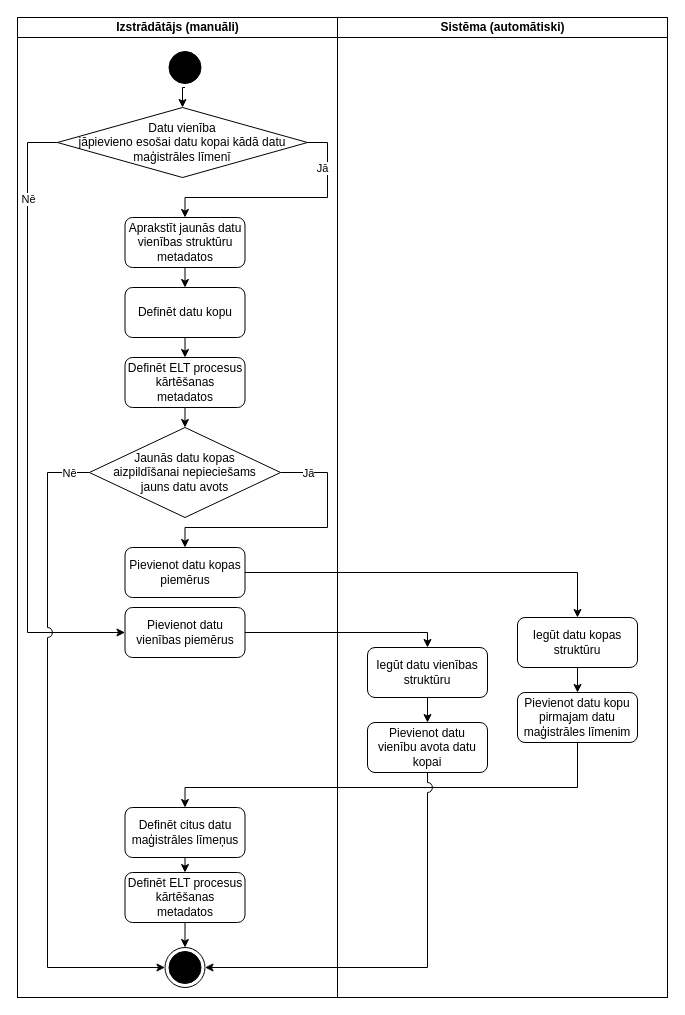
The draw.io diagram page "di_addition" (4 of 6) of schema/scenario/dhl_deletion.drawio in lllauma/heterogeneous-data-integration, before the edit. Source tidied: cells renumbered, new cells numbered last; positions are measured from the earlier drawing's top-left corner, leaving out a move shared by most shapes. Both pictures are drawn from the tidied source at 100%, with x=0, y=0 at pixel (17, 17).
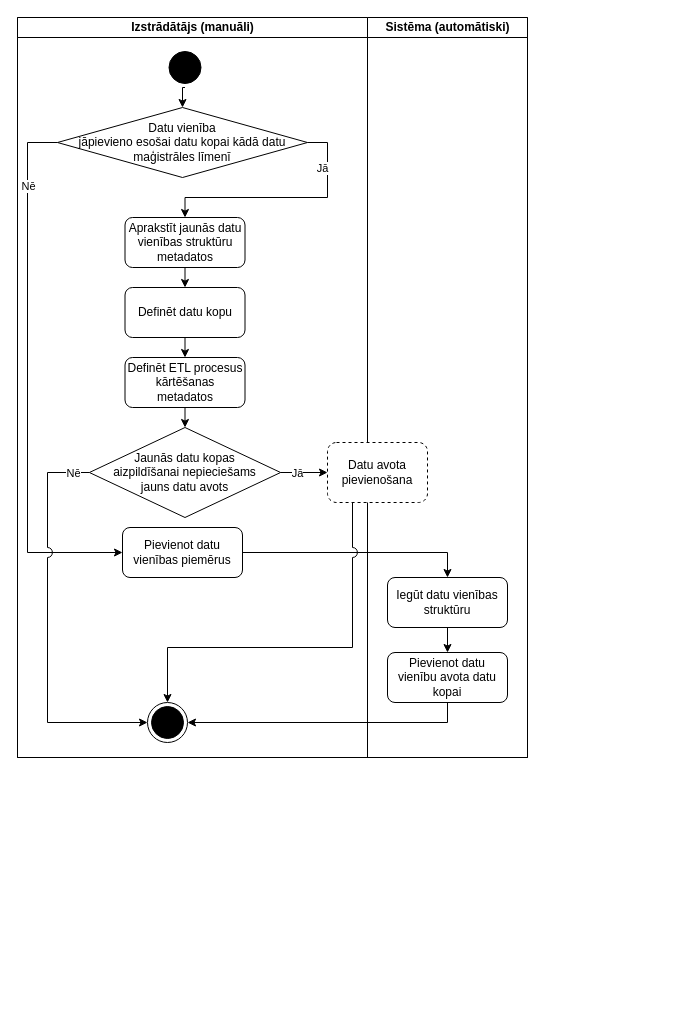
Above is the later version.

Unchanged cells that the change refers to:
```xml
<mxCell id="13" value="Datu vienība &lt;br&gt;jāpievieno esošai datu kopai kādā datu maģistrāles līmenī" style="rhombus;whiteSpace=wrap;html=1;strokeColor=#000000;" parent="3" vertex="1">
  <mxGeometry x="40" y="90" width="250" height="70" as="geometry" />
</mxCell>
<mxCell id="20" value="Jaunās datu kopas&lt;br&gt;aizpildīšanai nepieciešams&lt;br&gt;jauns datu avots" style="rhombus;whiteSpace=wrap;html=1;strokeColor=#000000;" parent="3" vertex="1">
  <mxGeometry x="71.9" y="410" width="191.2" height="90" as="geometry" />
</mxCell>
```

The edit, as a diff of the source:
```diff
@@
     <mxCell id="2" style="swimlane;html=1;startSize=0;rounded=0;shadow=0;comic=0;labelBackgroundColor=none;strokeWidth=1;fontFamily=Verdana;fontSize=12;align=center;" parent="1" vertex="1">
-      <mxGeometry width="650" height="980" as="geometry" />
+      <mxGeometry width="510" height="740" as="geometry" />
     </mxCell>
+    <mxCell id="29" style="edgeStyle=orthogonalEdgeStyle;rounded=0;jumpStyle=arc;jumpSize=10;jettySize=auto;html=1;exitX=1;exitY=0.5;exitDx=0;exitDy=0;entryX=0.5;entryY=0;entryDx=0;entryDy=0;endArrow=classic;endFill=1;endSize=6;strokeColor=#000000;" parent="2" edge="1" source="22" target="35">
+      <mxGeometry relative="1" as="geometry">
+        <Array as="points">
+          <mxPoint x="430" y="535" />
+        </Array>
+      </mxGeometry>
+    </mxCell>
     <mxCell id="3" value="Izstrādātājs (manuāli)" style="swimlane;html=1;startSize=20;" parent="2" vertex="1">
-      <mxGeometry width="320" height="980" as="geometry" />
+      <mxGeometry width="350" height="740" as="geometry" />
     </mxCell>
     <mxCell id="4" style="edgeStyle=orthogonalEdgeStyle;rounded=0;jettySize=auto;html=1;exitX=0;exitY=0.5;exitDx=0;exitDy=0;endArrow=classic;endFill=1;endSize=6;strokeColor=#000000;entryX=0;entryY=0.5;entryDx=0;entryDy=0;" parent="3" edge="1" source="13" target="22">
       <mxGeometry relative="1" as="geometry">
         <Array as="points">
           <mxPoint x="10" y="125" />
-          <mxPoint x="10" y="615" />
+          <mxPoint x="10" y="535" />
         </Array>
       </mxGeometry>
     </mxCell>
@@
+    <mxCell id="27" style="ellipse;html=1;shape=endState;fillColor=#000000;strokeColor=#000000;" parent="3" vertex="1">
+      <mxGeometry x="130" y="685" width="40" height="40" as="geometry" />
+    </mxCell>
+    <mxCell id="22" value="Pievienot datu vienības piemērus" style="rounded=1;whiteSpace=wrap;html=1;strokeColor=#000000;" parent="3" vertex="1">
+      <mxGeometry x="105" y="510" width="120" height="50" as="geometry" />
+    </mxCell>
@@
-    <mxCell id="14" style="edgeStyle=orthogonalEdgeStyle;rounded=0;jumpStyle=arc;jumpSize=10;jettySize=auto;html=1;exitX=1;exitY=0.5;exitDx=0;exitDy=0;entryX=0.5;entryY=0;entryDx=0;entryDy=0;endArrow=classic;endFill=1;endSize=6;strokeColor=#000000;" parent="3" edge="1" source="20" target="21">
-      <mxGeometry relative="1" as="geometry">
-        <Array as="points">
-          <mxPoint x="310" y="455" />
-          <mxPoint x="310" y="510" />
-          <mxPoint x="168" y="510" />
-        </Array>
-      </mxGeometry>
-    </mxCell>
-    <mxCell id="15" value="Jā" style="edgeLabel;html=1;align=center;verticalAlign=middle;" parent="14" vertex="1">
-      <mxGeometry x="-0.9" y="-1" relative="1" as="geometry">
-        <mxPoint x="13.9" y="-1" as="offset" />
-      </mxGeometry>
-    </mxCell>
     <mxCell id="16" style="edgeStyle=orthogonalEdgeStyle;rounded=0;jumpStyle=arc;jumpSize=10;jettySize=auto;html=1;exitX=0;exitY=0.5;exitDx=0;exitDy=0;entryX=0;entryY=0.5;entryDx=0;entryDy=0;endArrow=classic;endFill=1;endSize=6;strokeColor=#000000;" parent="3" edge="1" source="20" target="27">
       <mxGeometry relative="1" as="geometry">
         <Array as="points">
           <mxPoint x="30" y="455" />
-          <mxPoint x="30" y="950" />
+          <mxPoint x="30" y="705" />
         </Array>
       </mxGeometry>
     </mxCell>
@@
-    <mxCell id="19" value="Definēt ELT procesus kārtēšanas metadatos" style="rounded=1;whiteSpace=wrap;html=1;strokeColor=#000000;" parent="3" vertex="1">
+    <mxCell id="19" value="Definēt ETL procesus kārtēšanas metadatos" style="rounded=1;whiteSpace=wrap;html=1;strokeColor=#000000;" parent="3" vertex="1">
       <mxGeometry x="107.5" y="340" width="120" height="50" as="geometry" />
     </mxCell>
@@
-    <mxCell id="21" value="Pievienot datu kopas piemērus" style="rounded=1;whiteSpace=wrap;html=1;strokeColor=#000000;" parent="3" vertex="1">
-      <mxGeometry x="107.5" y="530" width="120" height="50" as="geometry" />
-    </mxCell>
-    <mxCell id="22" value="Pievienot datu vienības piemērus" style="rounded=1;whiteSpace=wrap;html=1;strokeColor=#000000;" parent="3" vertex="1">
-      <mxGeometry x="107.5" y="590" width="120" height="50" as="geometry" />
-    </mxCell>
-    <mxCell id="23" style="edgeStyle=orthogonalEdgeStyle;rounded=0;jumpStyle=arc;jumpSize=10;jettySize=auto;html=1;exitX=0.5;exitY=1;exitDx=0;exitDy=0;entryX=0.5;entryY=0;entryDx=0;entryDy=0;endArrow=classic;endFill=1;endSize=6;strokeColor=#000000;" parent="3" edge="1" source="25">
-      <mxGeometry relative="1" as="geometry">
-        <mxPoint x="167.5" y="930" as="targetPoint" />
-      </mxGeometry>
-    </mxCell>
-    <mxCell id="24" style="edgeStyle=orthogonalEdgeStyle;rounded=0;jumpStyle=arc;jumpSize=10;jettySize=auto;html=1;exitX=0.5;exitY=1;exitDx=0;exitDy=0;entryX=0.5;entryY=0;entryDx=0;entryDy=0;endArrow=classic;endFill=1;endSize=6;strokeColor=#000000;" parent="3" edge="1" source="26" target="25">
-      <mxGeometry relative="1" as="geometry" />
-    </mxCell>
-    <mxCell id="25" value="Definēt ELT procesus kārtēšanas metadatos" style="rounded=1;whiteSpace=wrap;html=1;strokeColor=#000000;" parent="3" vertex="1">
-      <mxGeometry x="107.5" y="855" width="120" height="50" as="geometry" />
-    </mxCell>
-    <mxCell id="26" value="Definēt citus datu maģistrāles līmeņus" style="rounded=1;whiteSpace=wrap;html=1;strokeColor=#000000;" parent="3" vertex="1">
-      <mxGeometry x="107.5" y="790" width="120" height="50" as="geometry" />
-    </mxCell>
-    <mxCell id="27" style="ellipse;html=1;shape=endState;fillColor=#000000;strokeColor=#000000;" parent="3" vertex="1">
-      <mxGeometry x="147.5" y="930" width="40" height="40" as="geometry" />
-    </mxCell>
@@
-    <mxCell id="29" style="edgeStyle=orthogonalEdgeStyle;rounded=0;jumpStyle=arc;jumpSize=10;jettySize=auto;html=1;exitX=1;exitY=0.5;exitDx=0;exitDy=0;entryX=0.5;entryY=0;entryDx=0;entryDy=0;endArrow=classic;endFill=1;endSize=6;strokeColor=#000000;" parent="2" edge="1" source="22" target="35">
-      <mxGeometry relative="1" as="geometry">
-        <Array as="points">
-          <mxPoint x="410" y="615" />
-        </Array>
-      </mxGeometry>
-    </mxCell>
     <mxCell id="30" value="Sistēma (automātiski)" style="swimlane;html=1;startSize=20;" parent="2" vertex="1">
-      <mxGeometry x="320" width="330" height="980" as="geometry" />
+      <mxGeometry x="350" width="160" height="740" as="geometry" />
     </mxCell>
-    <mxCell id="31" style="edgeStyle=orthogonalEdgeStyle;rounded=0;jettySize=auto;html=1;exitX=0.5;exitY=1;exitDx=0;exitDy=0;entryX=0.5;entryY=0;entryDx=0;entryDy=0;endArrow=classic;endFill=1;endSize=6;strokeColor=#000000;" parent="30" edge="1" source="32" target="33">
-      <mxGeometry relative="1" as="geometry" />
-    </mxCell>
-    <mxCell id="32" value="Iegūt datu kopas struktūru" style="rounded=1;whiteSpace=wrap;html=1;strokeColor=#000000;" parent="30" vertex="1">
-      <mxGeometry x="180" y="600" width="120" height="50" as="geometry" />
-    </mxCell>
-    <mxCell id="33" value="Pievienot datu kopu pirmajam datu maģistrāles līmenim" style="rounded=1;whiteSpace=wrap;html=1;strokeColor=#000000;" parent="30" vertex="1">
-      <mxGeometry x="180" y="675" width="120" height="50" as="geometry" />
-    </mxCell>
+    <mxCell id="40" value="Datu avota pievienošana" style="text;html=1;strokeColor=#000000;fillColor=#ffffff;align=center;verticalAlign=middle;whiteSpace=wrap;rounded=1;dashed=1;" parent="30" vertex="1">
+      <mxGeometry x="-40" y="425" width="100" height="60" as="geometry" />
+    </mxCell>
@@
+    <mxCell id="36" value="Pievienot datu vienību avota datu kopai" style="rounded=1;whiteSpace=wrap;html=1;strokeColor=#000000;" parent="30" vertex="1">
+      <mxGeometry x="20" y="635" width="120" height="50" as="geometry" />
+    </mxCell>
     <mxCell id="35" value="Iegūt datu vienības struktūru" style="rounded=1;whiteSpace=wrap;html=1;strokeColor=#000000;" parent="30" vertex="1">
-      <mxGeometry x="30" y="630" width="120" height="50" as="geometry" />
+      <mxGeometry x="20" y="560" width="120" height="50" as="geometry" />
     </mxCell>
-    <mxCell id="36" value="Pievienot datu vienību avota datu kopai" style="rounded=1;whiteSpace=wrap;html=1;strokeColor=#000000;" parent="30" vertex="1">
-      <mxGeometry x="30" y="705" width="120" height="50" as="geometry" />
-    </mxCell>
-    <mxCell id="37" style="edgeStyle=orthogonalEdgeStyle;rounded=0;jumpStyle=arc;jumpSize=10;jettySize=auto;html=1;exitX=1;exitY=0.5;exitDx=0;exitDy=0;endArrow=classic;endFill=1;endSize=6;strokeColor=#000000;entryX=0.5;entryY=0;entryDx=0;entryDy=0;" parent="2" edge="1" source="21" target="32">
-      <mxGeometry relative="1" as="geometry" />
-    </mxCell>
-    <mxCell id="38" style="edgeStyle=orthogonalEdgeStyle;rounded=0;jumpStyle=arc;jumpSize=10;jettySize=auto;html=1;exitX=0.5;exitY=1;exitDx=0;exitDy=0;entryX=0.5;entryY=0;entryDx=0;entryDy=0;endArrow=classic;endFill=1;endSize=6;strokeColor=#000000;" parent="2" edge="1" source="33" target="26">
-      <mxGeometry relative="1" as="geometry">
-        <Array as="points">
-          <mxPoint x="560" y="770" />
-          <mxPoint x="168" y="770" />
-        </Array>
-      </mxGeometry>
-    </mxCell>
@@
+    <mxCell id="14" style="edgeStyle=orthogonalEdgeStyle;rounded=0;jumpStyle=arc;jumpSize=10;jettySize=auto;html=1;exitX=1;exitY=0.5;exitDx=0;exitDy=0;endArrow=classic;endFill=1;endSize=6;strokeColor=#000000;entryX=0;entryY=0.5;entryDx=0;entryDy=0;" parent="2" edge="1" source="20" target="40">
+      <mxGeometry relative="1" as="geometry">
+        <Array as="points">
+          <mxPoint x="300" y="455" />
+          <mxPoint x="300" y="455" />
+        </Array>
+      </mxGeometry>
+    </mxCell>
+    <mxCell id="15" value="Jā" style="edgeLabel;html=1;align=center;verticalAlign=middle;" parent="14" vertex="1">
+      <mxGeometry x="-0.9" y="-1" relative="1" as="geometry">
+        <mxPoint x="13.9" y="-1" as="offset" />
+      </mxGeometry>
+    </mxCell>
+    <mxCell id="41" style="edgeStyle=orthogonalEdgeStyle;rounded=0;jumpStyle=arc;jumpSize=10;jettySize=auto;html=1;exitX=0.25;exitY=1;exitDx=0;exitDy=0;endArrow=classic;endFill=1;endSize=6;strokeColor=#000000;" parent="2" edge="1" source="40" target="27">
+      <mxGeometry relative="1" as="geometry">
+        <Array as="points">
+          <mxPoint x="335" y="630" />
+          <mxPoint x="150" y="630" />
+        </Array>
+      </mxGeometry>
+    </mxCell>
```
